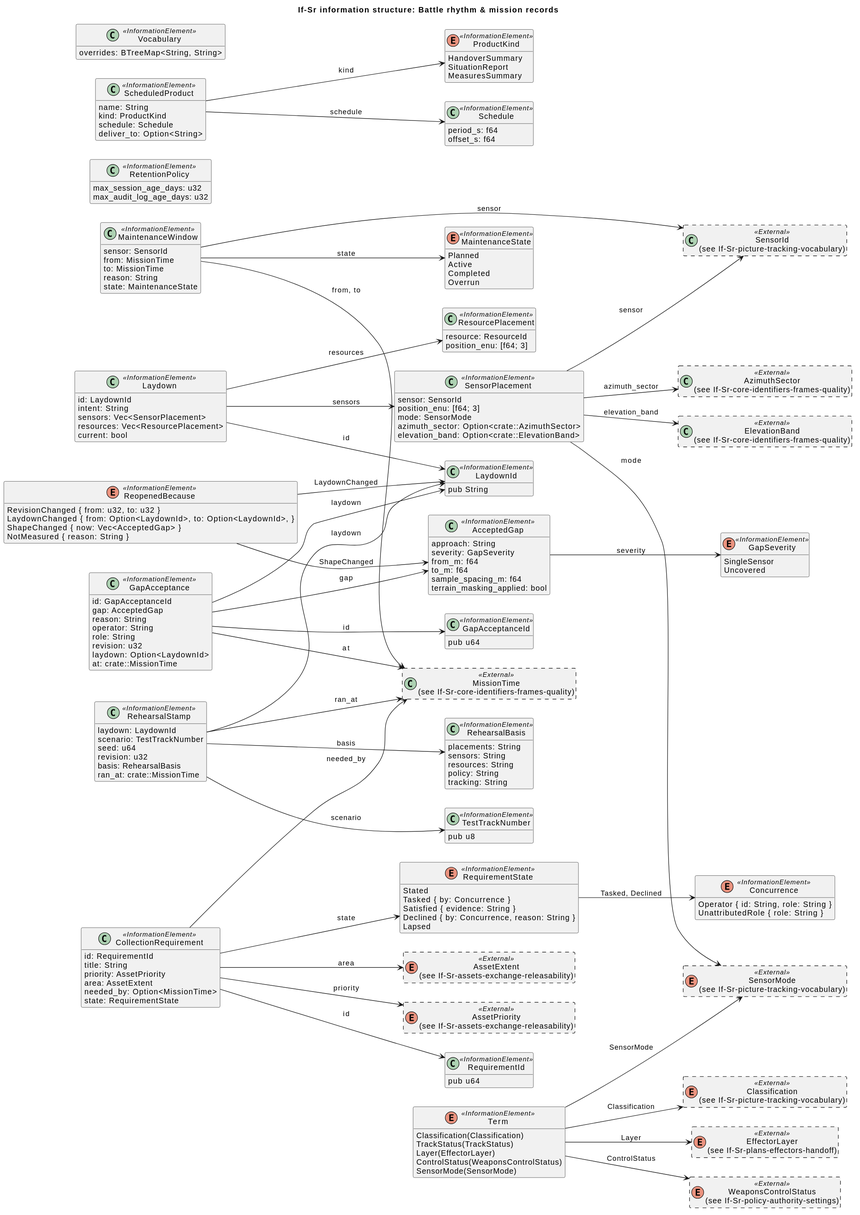
This is docs/architecture/uaf/rendered/information/If-Sr-battle-rhythm-mission-records.svg from WayneRoessling/gungnir, a PlantUML export, as it was before one commit.
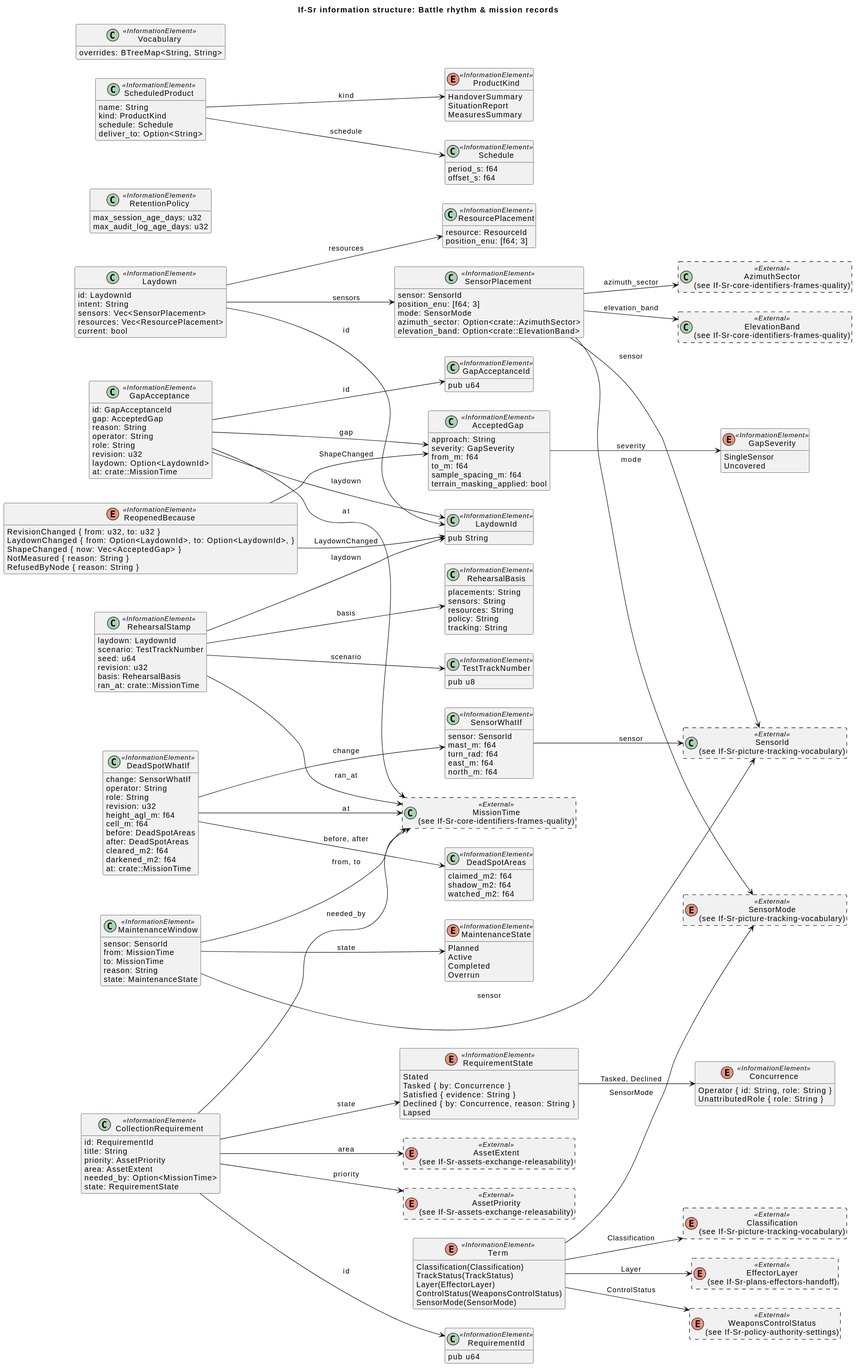
Above is the later version.

Diff of the diagram source:
```diff
@@ -57,6 +57,7 @@
   LaydownChanged { from: Option<LaydownId>, to: Option<LaydownId>, }
   ShapeChanged { now: Vec<AcceptedGap> }
   NotMeasured { reason: String }
+  RefusedByNode { reason: String }
 }
 class "RehearsalBasis" as RehearsalBasis <<InformationElement>> {
   placements: String
@@ -72,6 +73,31 @@
   revision: u32
   basis: RehearsalBasis
   ran_at: crate::MissionTime
+}
+class "SensorWhatIf" as SensorWhatIf <<InformationElement>> {
+  sensor: SensorId
+  mast_m: f64
+  turn_rad: f64
+  east_m: f64
+  north_m: f64
+}
+class "DeadSpotAreas" as DeadSpotAreas <<InformationElement>> {
+  claimed_m2: f64
+  shadow_m2: f64
+  watched_m2: f64
+}
+class "DeadSpotWhatIf" as DeadSpotWhatIf <<InformationElement>> {
+  change: SensorWhatIf
+  operator: String
+  role: String
+  revision: u32
+  height_agl_m: f64
+  cell_m: f64
+  before: DeadSpotAreas
+  after: DeadSpotAreas
+  cleared_m2: f64
+  darkened_m2: f64
+  at: crate::MissionTime
 }
 class "RequirementId" as RequirementId <<InformationElement>> {
   pub u64
@@ -175,6 +201,10 @@
 RehearsalStamp --> MissionTime : ran_at
 RehearsalStamp --> RehearsalBasis : basis
 RehearsalStamp --> TestTrackNumber : scenario
+SensorWhatIf --> SensorId : sensor
+DeadSpotWhatIf --> DeadSpotAreas : before, after
+DeadSpotWhatIf --> MissionTime : at
+DeadSpotWhatIf --> SensorWhatIf : change
 CollectionRequirement --> AssetExtent : area
 CollectionRequirement --> AssetPriority : priority
 CollectionRequirement --> MissionTime : needed_by
```
